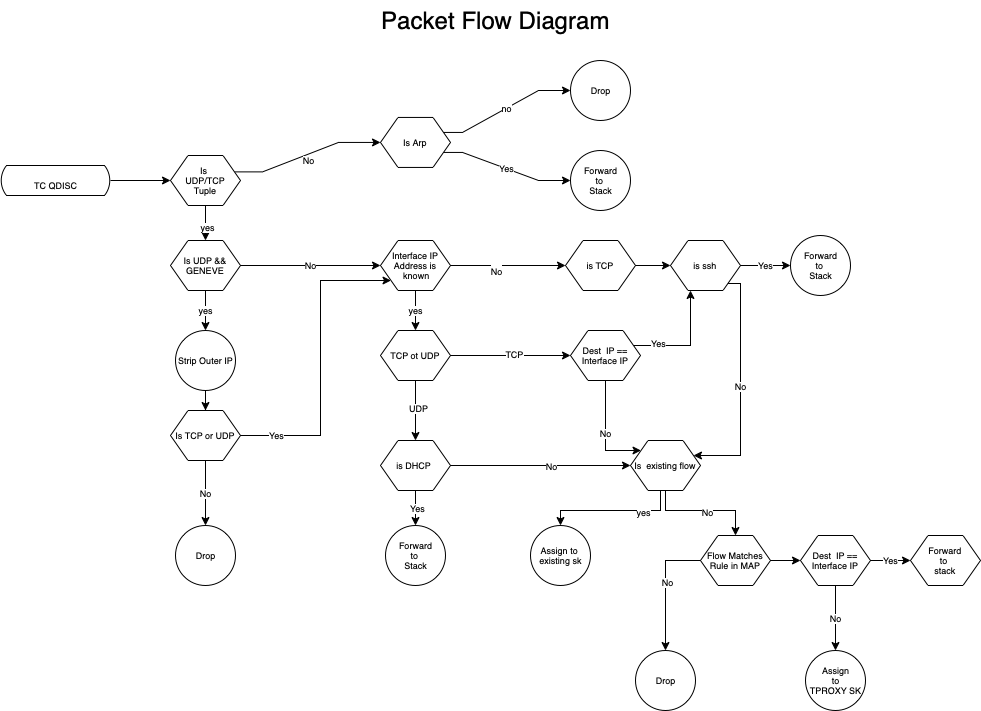
Earlier version of the draw.io export packet-flow.drawio.png (r-caamano/ebpf-tproxy-splicer). Source tidied: cells renumbered, new cells last; positions are measured from the earlier drawing's top-left corner, leaving out a move shared by most shapes.
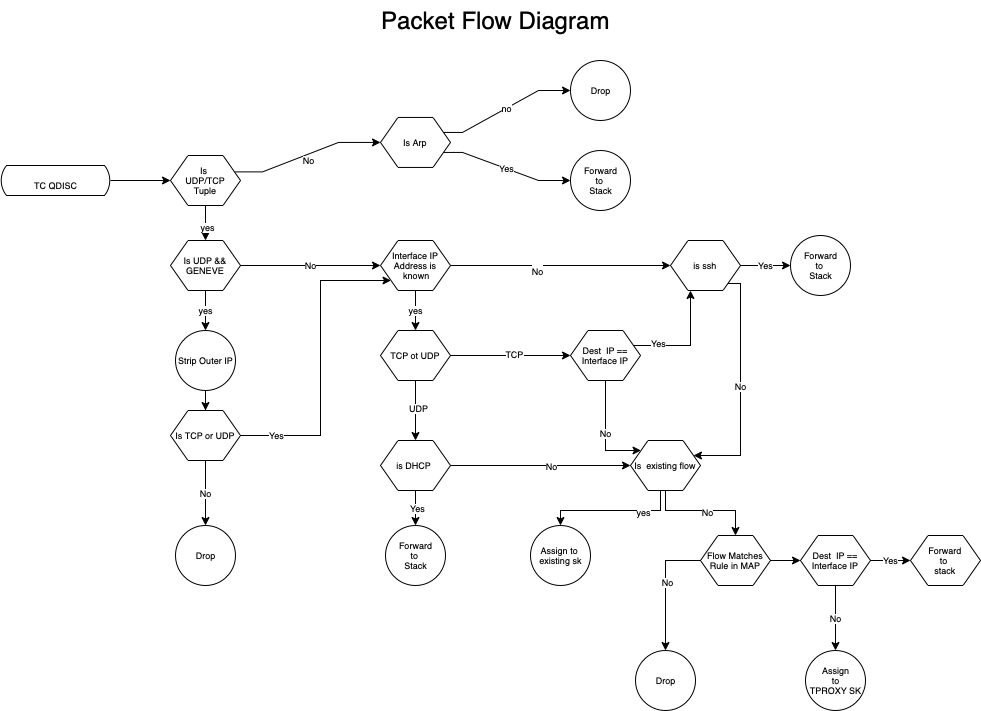
The same file after the commit.

Commit message:
Removed decision in diag

The edit, as a diff of the source:
```diff
@@ -95,7 +95,7 @@
         </Array>
       </mxGeometry>
     </mxCell>
-    <mxCell id="26" style="edgeStyle=orthogonalEdgeStyle;rounded=0;jettySize=auto;html=1;fontSize=9;" parent="1" edge="1" source="28" target="34">
+    <mxCell id="26" style="edgeStyle=orthogonalEdgeStyle;rounded=0;jettySize=auto;html=1;fontSize=9;entryX=0;entryY=0.5;entryDx=0;entryDy=0;" parent="1" edge="1" source="28" target="31">
       <mxGeometry relative="1" as="geometry" />
     </mxCell>
     <mxCell id="27" value="&lt;font style=&quot;font-size: 9px;&quot;&gt;No&lt;br&gt;&lt;/font&gt;" style="edgeLabel;html=1;align=center;verticalAlign=middle;fontSize=24;" parent="26" vertex="1">
@@ -121,12 +121,6 @@
     <mxCell id="32" value="Forward &lt;br&gt;to &lt;br&gt;Stack" style="shape=ellipse;html=1;dashed=0;whitespace=wrap;perimeter=ellipsePerimeter;fontSize=9;" parent="1" vertex="1">
       <mxGeometry x="790" y="235" width="60" height="60" as="geometry" />
     </mxCell>
-    <mxCell id="33" style="edgeStyle=orthogonalEdgeStyle;rounded=0;jettySize=auto;html=1;fontSize=9;" parent="1" edge="1" source="34" target="31">
-      <mxGeometry relative="1" as="geometry" />
-    </mxCell>
-    <mxCell id="34" value="is TCP" style="shape=hexagon;perimeter=hexagonPerimeter2;whiteSpace=wrap;html=1;size=0.25;fontSize=9;" parent="1" vertex="1">
-      <mxGeometry x="565" y="240" width="70" height="50" as="geometry" />
-    </mxCell>
     <mxCell id="35" style="edgeStyle=orthogonalEdgeStyle;rounded=0;jettySize=auto;html=1;fontSize=9;" parent="1" edge="1" source="38" target="31">
       <mxGeometry relative="1" as="geometry">
         <Array as="points">
```
